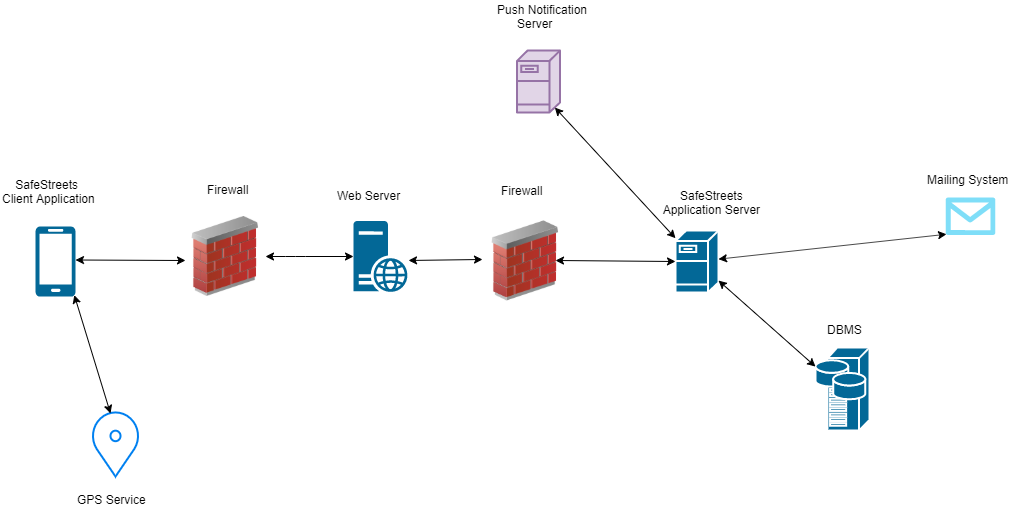
Above: DD/img/Overview.png in dariomiceli3/SafeStreet (draw.io), before the change. Source tidied: cells renumbered, new cells last; positions are measured from the earlier drawing's top-left corner, leaving out a move shared by most shapes.
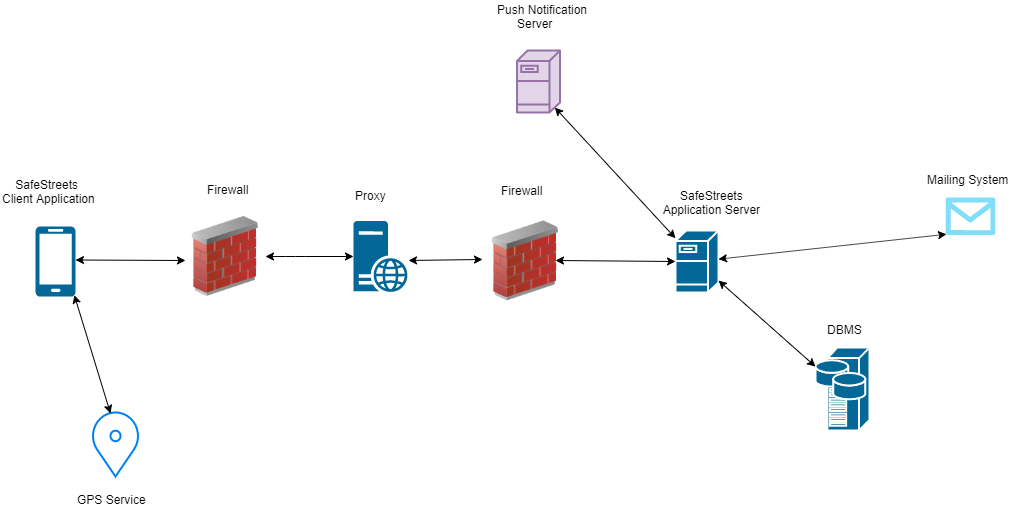
After the commit.

The edit, as a diff of the source:
```diff
@@ -43,8 +43,8 @@
     <mxCell id="13" value="&amp;nbsp; &amp;nbsp; SafeStreets&lt;br&gt;Client Application" style="text;html=1;align=left;verticalAlign=top;spacingTop=-4;" parent="1" vertex="1">
       <mxGeometry y="175" width="110" height="30" as="geometry" />
     </mxCell>
-    <mxCell id="14" value="Web Server" style="text;html=1;align=left;verticalAlign=top;spacingTop=-4;" parent="1" vertex="1">
-      <mxGeometry x="335" y="186" width="80" height="20" as="geometry" />
+    <mxCell id="14" value="Proxy" style="text;html=1;align=left;verticalAlign=top;spacingTop=-4;" parent="1" vertex="1">
+      <mxGeometry x="353" y="186" width="50" height="20" as="geometry" />
     </mxCell>
     <mxCell id="15" value="&amp;nbsp; &amp;nbsp; &amp;nbsp; SafeStreets&lt;br&gt;&amp;nbsp;Application Server" style="text;html=1;align=left;verticalAlign=top;spacingTop=-4;" parent="1" vertex="1">
       <mxGeometry x="658" y="186" width="120" height="30" as="geometry" />
```
